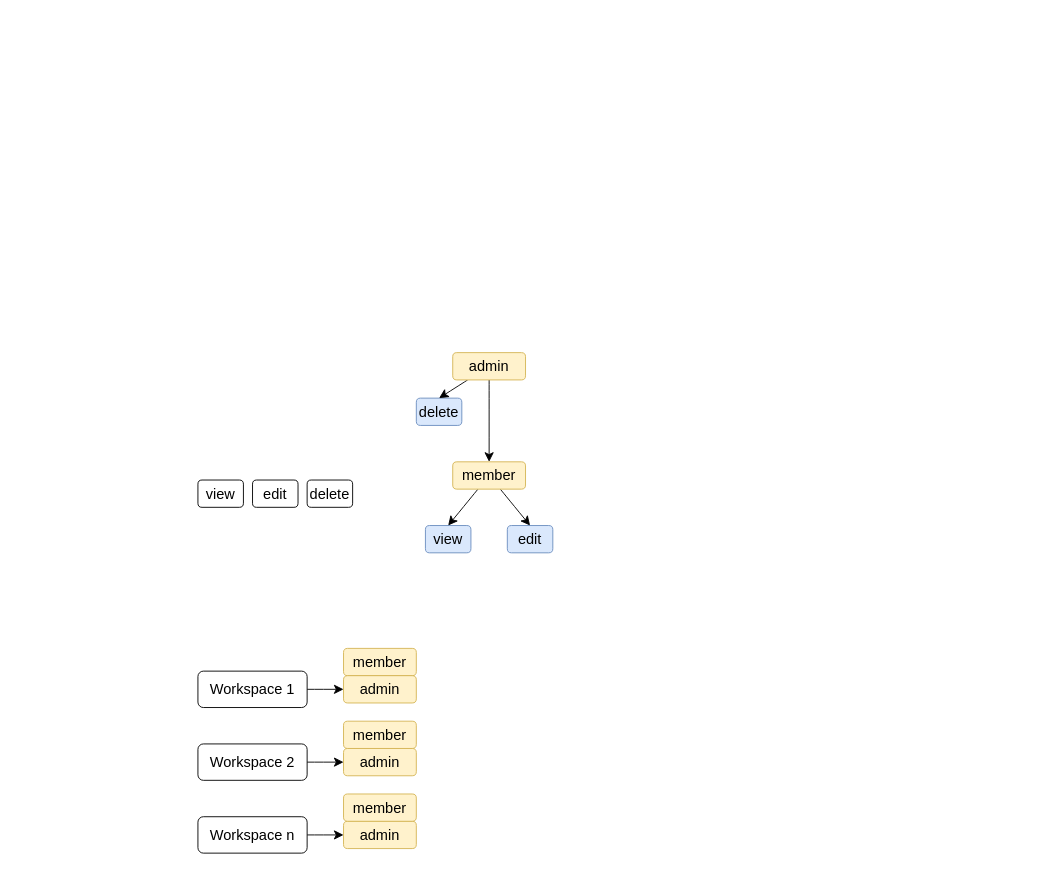
Above: page "Authorization" (2 of 2) of docs/diagrams/architecture.drawio in sourabh-singh-rawat/issue-tracker-services (draw.io), before the change. Source tidied: cells renumbered, new cells numbered last; positions are measured from the earlier drawing's top-left corner, leaving out a move shared by most shapes. Both pictures are drawn from the tidied source at 91%, with x=0, y=0 at pixel (197, 352).
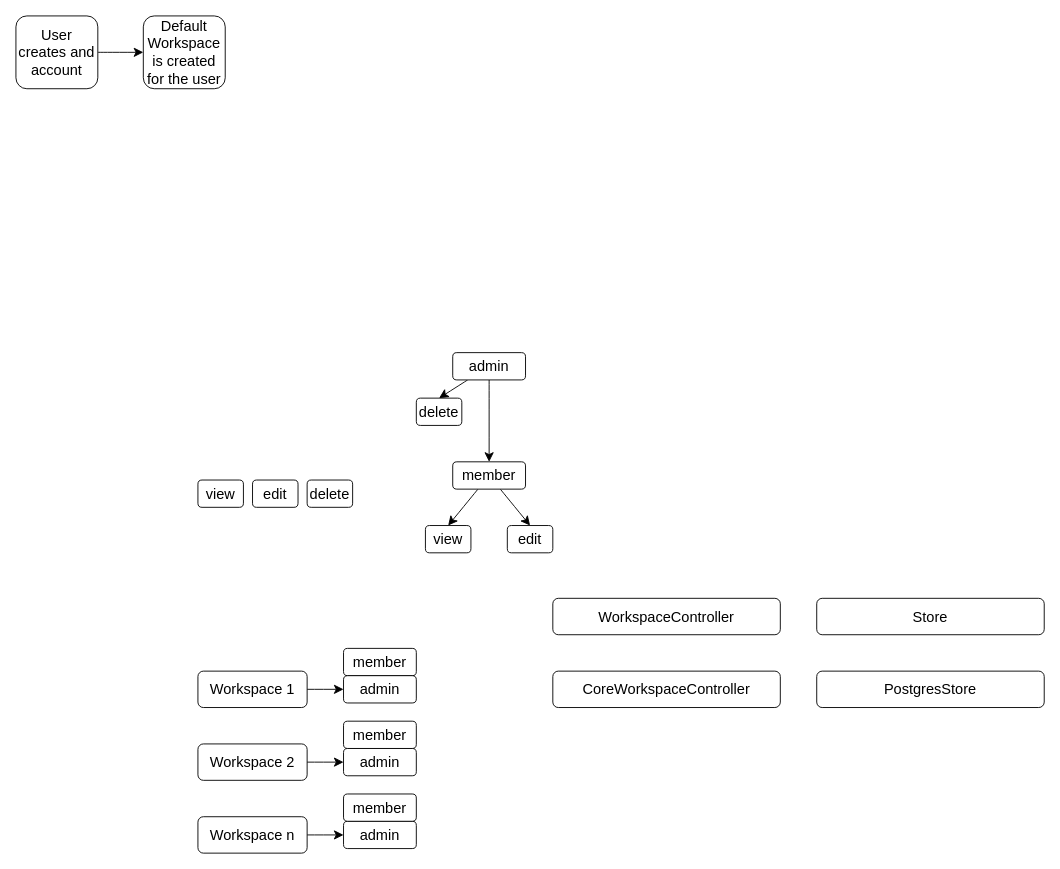
The same diagram, later.

Change to the diagram source:
```diff
@@
-    <mxCell id="8" value="view" style="rounded=1;whiteSpace=wrap;html=1;fontSize=16;fillColor=#dae8fc;strokeColor=#6c8ebf;" parent="1" vertex="1">
+    <mxCell id="8" value="view" style="rounded=1;whiteSpace=wrap;html=1;fontSize=16;" parent="1" vertex="1">
       <mxGeometry x="250" y="190" width="50" height="30" as="geometry" />
     </mxCell>
-    <mxCell id="9" value="edit" style="rounded=1;whiteSpace=wrap;html=1;fontSize=16;fillColor=#dae8fc;strokeColor=#6c8ebf;" parent="1" vertex="1">
+    <mxCell id="9" value="edit" style="rounded=1;whiteSpace=wrap;html=1;fontSize=16;" parent="1" vertex="1">
       <mxGeometry x="340" y="190" width="50" height="30" as="geometry" />
     </mxCell>
-    <mxCell id="10" value="delete" style="rounded=1;whiteSpace=wrap;html=1;fontSize=16;fillColor=#dae8fc;strokeColor=#6c8ebf;" parent="1" vertex="1">
+    <mxCell id="10" value="delete" style="rounded=1;whiteSpace=wrap;html=1;fontSize=16;" parent="1" vertex="1">
       <mxGeometry x="240" y="50" width="50" height="30" as="geometry" />
     </mxCell>
@@
-    <mxCell id="14" value="member" style="rounded=1;whiteSpace=wrap;html=1;fontSize=16;fillColor=#fff2cc;strokeColor=#d6b656;" parent="1" vertex="1">
+    <mxCell id="14" value="member" style="rounded=1;whiteSpace=wrap;html=1;fontSize=16;" parent="1" vertex="1">
       <mxGeometry x="160" y="325" width="80" height="30" as="geometry" />
     </mxCell>
-    <mxCell id="15" value="admin" style="rounded=1;whiteSpace=wrap;html=1;fontSize=16;fillColor=#fff2cc;strokeColor=#d6b656;" parent="1" vertex="1">
+    <mxCell id="15" value="admin" style="rounded=1;whiteSpace=wrap;html=1;fontSize=16;" parent="1" vertex="1">
       <mxGeometry x="160" y="355" width="80" height="30" as="geometry" />
     </mxCell>
-    <mxCell id="16" value="admin" style="rounded=1;whiteSpace=wrap;html=1;fontSize=16;fillColor=#fff2cc;strokeColor=#d6b656;" parent="1" vertex="1">
+    <mxCell id="16" value="admin" style="rounded=1;whiteSpace=wrap;html=1;fontSize=16;" parent="1" vertex="1">
       <mxGeometry x="160" y="435" width="80" height="30" as="geometry" />
     </mxCell>
-    <mxCell id="17" value="admin" style="rounded=1;whiteSpace=wrap;html=1;fontSize=16;fillColor=#fff2cc;strokeColor=#d6b656;" parent="1" vertex="1">
+    <mxCell id="17" value="admin" style="rounded=1;whiteSpace=wrap;html=1;fontSize=16;" parent="1" vertex="1">
       <mxGeometry x="160" y="515" width="80" height="30" as="geometry" />
     </mxCell>
-    <mxCell id="18" value="member" style="rounded=1;whiteSpace=wrap;html=1;fontSize=16;fillColor=#fff2cc;strokeColor=#d6b656;" parent="1" vertex="1">
+    <mxCell id="18" value="member" style="rounded=1;whiteSpace=wrap;html=1;fontSize=16;" parent="1" vertex="1">
       <mxGeometry x="160" y="405" width="80" height="30" as="geometry" />
     </mxCell>
-    <mxCell id="19" value="member" style="rounded=1;whiteSpace=wrap;html=1;fontSize=16;fillColor=#fff2cc;strokeColor=#d6b656;" parent="1" vertex="1">
+    <mxCell id="19" value="member" style="rounded=1;whiteSpace=wrap;html=1;fontSize=16;" parent="1" vertex="1">
       <mxGeometry x="160" y="485" width="80" height="30" as="geometry" />
     </mxCell>
@@
-    <mxCell id="22" value="member" style="rounded=1;whiteSpace=wrap;html=1;fontSize=16;fillColor=#fff2cc;strokeColor=#d6b656;" parent="1" vertex="1">
+    <mxCell id="22" value="member" style="rounded=1;whiteSpace=wrap;html=1;fontSize=16;" parent="1" vertex="1">
       <mxGeometry x="280" y="120" width="80" height="30" as="geometry" />
     </mxCell>
@@
-    <mxCell id="25" value="admin" style="rounded=1;whiteSpace=wrap;html=1;fontSize=16;fillColor=#fff2cc;strokeColor=#d6b656;" parent="1" vertex="1">
+    <mxCell id="25" value="admin" style="rounded=1;whiteSpace=wrap;html=1;fontSize=16;" parent="1" vertex="1">
       <mxGeometry x="280" width="80" height="30" as="geometry" />
     </mxCell>
+    <mxCell id="26" value="CoreWorkspaceController" style="rounded=1;whiteSpace=wrap;html=1;fontSize=16;" parent="1" vertex="1">
+      <mxGeometry x="390" y="350" width="250" height="40" as="geometry" />
+    </mxCell>
+    <mxCell id="27" value="WorkspaceController" style="rounded=1;whiteSpace=wrap;html=1;fontSize=16;" parent="1" vertex="1">
+      <mxGeometry x="390" y="270" width="250" height="40" as="geometry" />
+    </mxCell>
+    <mxCell id="28" value="Store" style="rounded=1;whiteSpace=wrap;html=1;fontSize=16;" parent="1" vertex="1">
+      <mxGeometry x="680" y="270" width="250" height="40" as="geometry" />
+    </mxCell>
+    <mxCell id="29" value="PostgresStore" style="rounded=1;whiteSpace=wrap;html=1;fontSize=16;" parent="1" vertex="1">
+      <mxGeometry x="680" y="350" width="250" height="40" as="geometry" />
+    </mxCell>
+    <mxCell id="30" style="edgeStyle=none;curved=1;rounded=0;jettySize=auto;html=1;fontSize=12;startSize=8;endSize=8;" parent="1" edge="1" source="31" target="32">
+      <mxGeometry relative="1" as="geometry" />
+    </mxCell>
+    <mxCell id="31" value="User creates and account" style="rounded=1;whiteSpace=wrap;html=1;fontSize=16;" parent="1" vertex="1">
+      <mxGeometry x="-200" y="-370" width="90" height="80" as="geometry" />
+    </mxCell>
+    <mxCell id="32" value="Default Workspace is created for the user" style="rounded=1;whiteSpace=wrap;html=1;fontSize=16;" parent="1" vertex="1">
+      <mxGeometry x="-60" y="-370" width="90" height="80" as="geometry" />
+    </mxCell>
```
